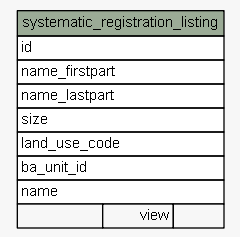
Earlier version of the Graphviz export doc/administrative/diagrams/summary/systematic_registration_listing.1degree.png (SOLA-SR-FAO/database). Its source is kept beside it as doc/administrative/diagrams/summary/systematic_registration_listing.1degree.dot. The source it was exported from:
```dot
digraph "systematic_registration_listing" {
  graph [
    rankdir="RL"
    bgcolor="#f7f7f7"
    nodesep="0.18"
    ranksep="0.46"
    fontname="Helvetica"
    fontsize="11"
  ];
  node [
    fontname="Helvetica"
    fontsize="11"
    shape="plaintext"
  ];
  edge [
    arrowsize="0.8"
  ];
  "systematic_registration_listing" [
    label=<
    <TABLE BORDER="0" CELLBORDER="1" CELLSPACING="0" BGCOLOR="#ffffff">
      <TR><TD COLSPAN="3" BGCOLOR="#9bab96" ALIGN="CENTER">systematic_registration_listing</TD></TR>
      <TR><TD PORT="id" COLSPAN="3" ALIGN="LEFT">id</TD></TR>
      <TR><TD PORT="name_firstpart" COLSPAN="3" ALIGN="LEFT">name_firstpart</TD></TR>
      <TR><TD PORT="name_lastpart" COLSPAN="3" ALIGN="LEFT">name_lastpart</TD></TR>
      <TR><TD PORT="size" COLSPAN="3" ALIGN="LEFT">size</TD></TR>
      <TR><TD PORT="land_use_code" COLSPAN="3" ALIGN="LEFT">land_use_code</TD></TR>
      <TR><TD PORT="ba_unit_id" COLSPAN="3" ALIGN="LEFT">ba_unit_id</TD></TR>
      <TR><TD PORT="name" COLSPAN="3" ALIGN="LEFT">name</TD></TR>
      <TR><TD ALIGN="LEFT" BGCOLOR="#f7f7f7">  </TD><TD ALIGN="RIGHT" BGCOLOR="#f7f7f7">view</TD><TD ALIGN="RIGHT" BGCOLOR="#f7f7f7">  </TD></TR>
    </TABLE>>
    URL="tables/systematic_registration_listing.html"
    tooltip="systematic_registration_listing"
  ];
}
```
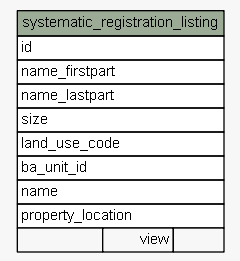
After the change.

The edit, as a diff of the source:
```diff
@@ -26,6 +26,7 @@
       <TR><TD PORT="land_use_code" COLSPAN="3" ALIGN="LEFT">land_use_code</TD></TR>
       <TR><TD PORT="ba_unit_id" COLSPAN="3" ALIGN="LEFT">ba_unit_id</TD></TR>
       <TR><TD PORT="name" COLSPAN="3" ALIGN="LEFT">name</TD></TR>
+      <TR><TD PORT="property_location" COLSPAN="3" ALIGN="LEFT">property_location</TD></TR>
       <TR><TD ALIGN="LEFT" BGCOLOR="#f7f7f7">  </TD><TD ALIGN="RIGHT" BGCOLOR="#f7f7f7">view</TD><TD ALIGN="RIGHT" BGCOLOR="#f7f7f7">  </TD></TR>
     </TABLE>>
     URL="tables/systematic_registration_listing.html"
```
